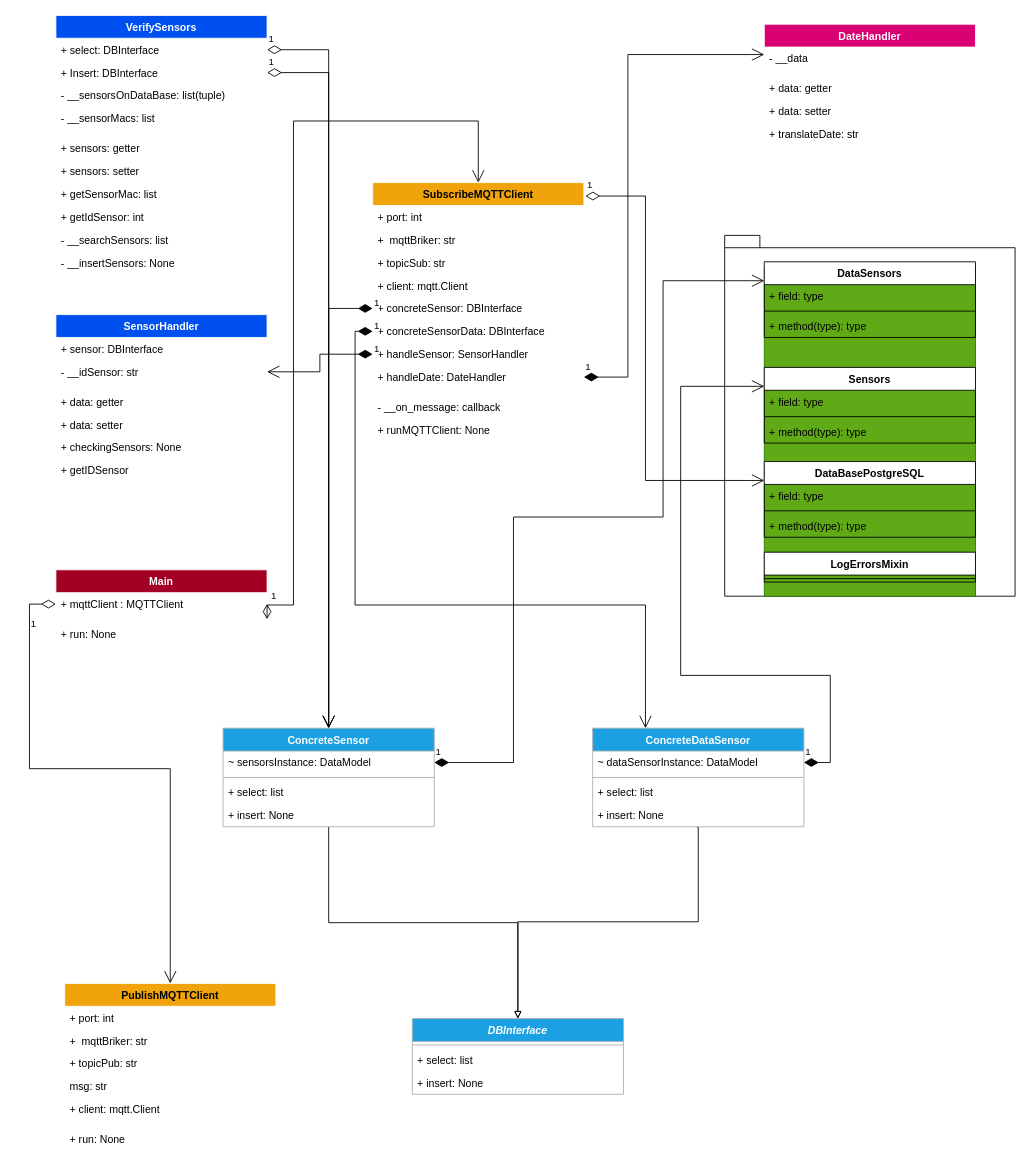
The draw.io diagram page "Diagrama de Classes Atual" (3 of 3) of Arquitetura.drawio in Fat83dotcom/Estacao_ESP32_client_mqtt, before the edit. Source tidied: cells renumbered, new cells numbered last; positions are measured from the earlier drawing's top-left corner, leaving out a move shared by most shapes. Both pictures are drawn from the tidied source at 88%, with x=0, y=0 at pixel (29, 15).
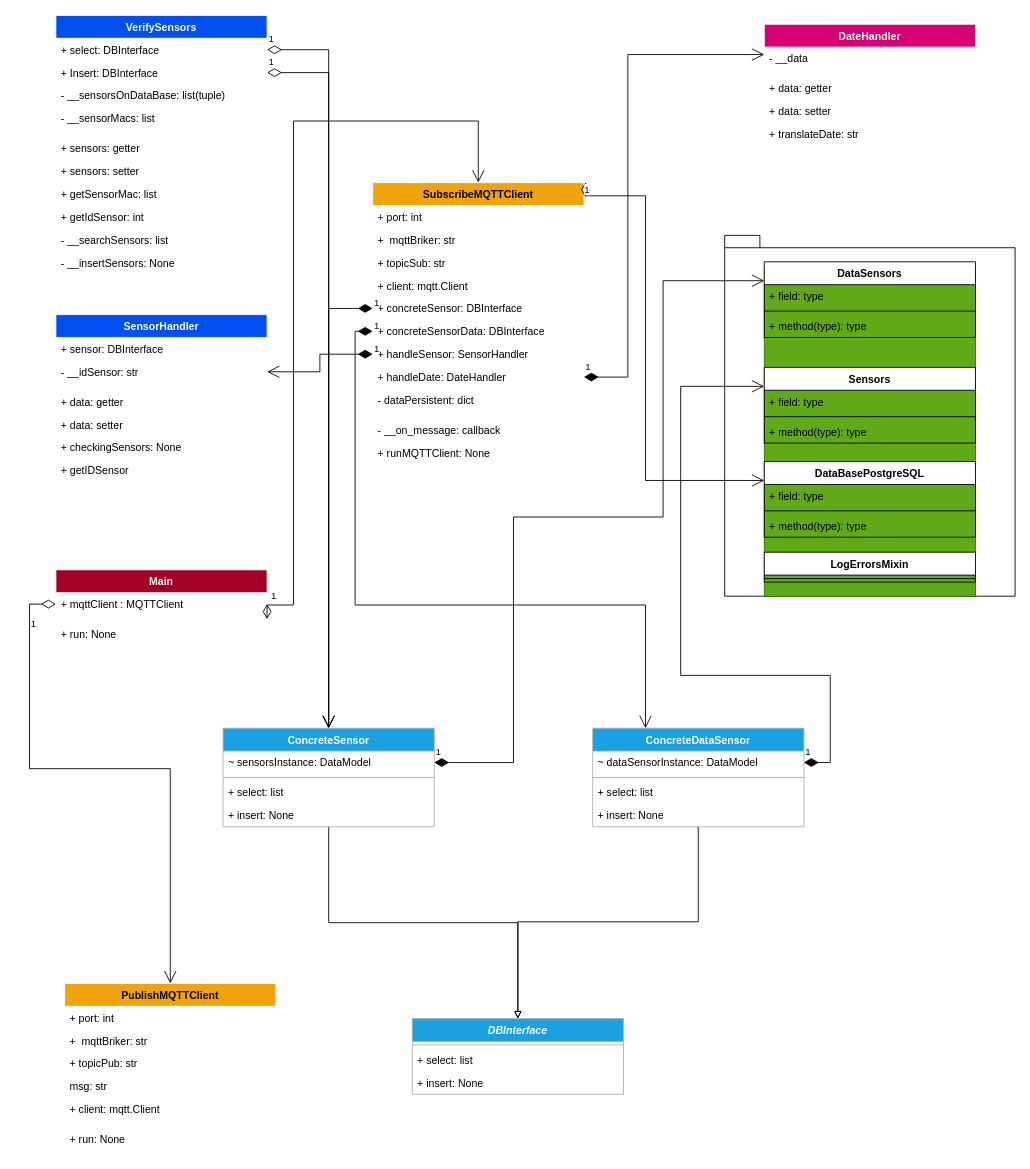
Above is the later version.

Change to the diagram source:
```diff
@@
     <mxCell id="2" value="SubscribeMQTTClient" style="swimlane;fontStyle=1;align=center;verticalAlign=top;horizontal=1;startSize=26;fillColor=#f0a30a;fontColor=#000000;strokeColor=#FFFFFF;" parent="1" vertex="1">
-      <mxGeometry x="390" y="190" width="240" height="294" as="geometry" />
+      <mxGeometry x="390" y="190" width="240" height="320" as="geometry" />
     </mxCell>
@@
+    <mxCell id="96" value="- dataPersistent: dict" style="text;strokeColor=none;fillColor=none;align=left;verticalAlign=top;spacingLeft=4;spacingRight=4;overflow=hidden;" parent="2" vertex="1">
+      <mxGeometry y="234" width="240" height="26" as="geometry" />
+    </mxCell>
     <mxCell id="11" style="line;strokeWidth=1;fillColor=none;align=left;verticalAlign=middle;spacingTop=-1;spacingLeft=3;spacingRight=3;labelPosition=right;strokeColor=inherit;" parent="2" vertex="1">
-      <mxGeometry y="234" width="240" height="8" as="geometry" />
+      <mxGeometry y="260" width="240" height="8" as="geometry" />
     </mxCell>
     <mxCell id="12" value="- __on_message: callback" style="text;strokeColor=none;fillColor=none;align=left;verticalAlign=top;spacingLeft=4;spacingRight=4;overflow=hidden;" parent="2" vertex="1">
-      <mxGeometry y="242" width="240" height="26" as="geometry" />
+      <mxGeometry y="268" width="240" height="26" as="geometry" />
     </mxCell>
     <mxCell id="13" value="+ runMQTTClient: None" style="text;strokeColor=none;fillColor=none;align=left;verticalAlign=top;spacingLeft=4;spacingRight=4;overflow=hidden;" parent="2" vertex="1">
-      <mxGeometry y="268" width="240" height="26" as="geometry" />
+      <mxGeometry y="294" width="240" height="26" as="geometry" />
     </mxCell>
```
